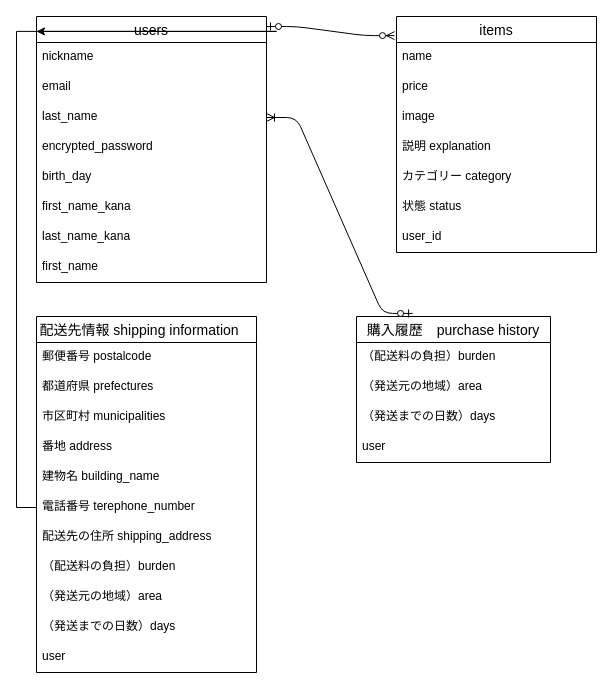
Earlier version of the draw.io diagram app/views/test.dio (taiga0529/furima-36891). Source tidied: cells renumbered, new cells numbered last; positions are measured from the earlier drawing's top-left corner, leaving out a move shared by most shapes. Both pictures are drawn from the tidied source at 100%, with x=0, y=0 at pixel (36, 16).
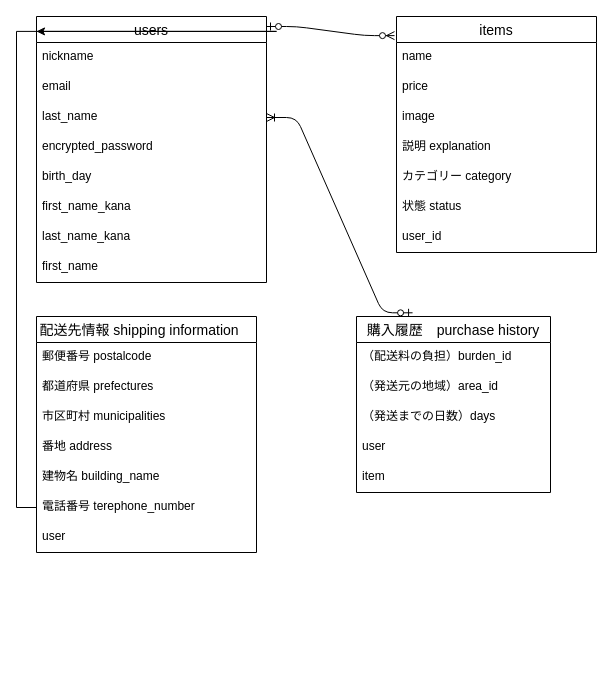
Above is the later version.

Commit message (it also covers changes not shown here):
データベース設計　指摘に対しての修正２

The edit, as a diff of the source:
```diff
@@
     <mxCell id="19" value="配送先情報 shipping information　" style="swimlane;fontStyle=0;horizontal=1;startSize=26;align=center;fontSize=14;" parent="1" vertex="1">
-      <mxGeometry y="300" width="220" height="356" as="geometry" />
+      <mxGeometry y="300" width="220" height="236" as="geometry" />
     </mxCell>
@@
-    <mxCell id="26" value="配送先の住所 shipping_address" style="text;strokeColor=none;fillColor=none;spacingLeft=4;spacingRight=4;overflow=hidden;fontSize=12;" parent="19" vertex="1">
-      <mxGeometry y="206" width="220" height="30" as="geometry" />
-    </mxCell>
-    <mxCell id="27" value="（配送料の負担）burden" style="text;strokeColor=none;fillColor=none;spacingLeft=4;spacingRight=4;overflow=hidden;fontSize=12;" parent="19" vertex="1">
-      <mxGeometry y="236" width="220" height="30" as="geometry" />
-    </mxCell>
-    <mxCell id="28" value="（発送元の地域）area" style="text;strokeColor=none;fillColor=none;spacingLeft=4;spacingRight=4;overflow=hidden;fontSize=12;" parent="19" vertex="1">
-      <mxGeometry y="266" width="220" height="30" as="geometry" />
-    </mxCell>
-    <mxCell id="29" value="（発送までの日数）days" style="text;strokeColor=none;fillColor=none;spacingLeft=4;spacingRight=4;overflow=hidden;fontSize=12;" parent="19" vertex="1">
-      <mxGeometry y="296" width="220" height="30" as="geometry" />
-    </mxCell>
     <mxCell id="30" value="user" style="text;strokeColor=none;fillColor=none;spacingLeft=4;spacingRight=4;overflow=hidden;fontSize=12;" parent="19" vertex="1">
-      <mxGeometry y="326" width="220" height="30" as="geometry" />
+      <mxGeometry y="206" width="220" height="30" as="geometry" />
     </mxCell>
@@
     <mxCell id="33" value="購入履歴　purchase history" style="swimlane;fontStyle=0;horizontal=1;startSize=26;align=center;fontSize=14;" parent="1" vertex="1">
-      <mxGeometry x="320" y="300" width="194" height="146" as="geometry" />
+      <mxGeometry x="320" y="300" width="194" height="176" as="geometry" />
     </mxCell>
-    <mxCell id="34" value="（配送料の負担）burden" style="text;strokeColor=none;fillColor=none;spacingLeft=4;spacingRight=4;overflow=hidden;fontSize=12;" parent="33" vertex="1">
+    <mxCell id="34" value="（配送料の負担）burden_id" style="text;strokeColor=none;fillColor=none;spacingLeft=4;spacingRight=4;overflow=hidden;fontSize=12;" parent="33" vertex="1">
       <mxGeometry y="26" width="194" height="30" as="geometry" />
     </mxCell>
-    <mxCell id="35" value="（発送元の地域）area" style="text;strokeColor=none;fillColor=none;spacingLeft=4;spacingRight=4;overflow=hidden;fontSize=12;" parent="33" vertex="1">
+    <mxCell id="35" value="（発送元の地域）area_id" style="text;strokeColor=none;fillColor=none;spacingLeft=4;spacingRight=4;overflow=hidden;fontSize=12;" parent="33" vertex="1">
       <mxGeometry y="56" width="194" height="30" as="geometry" />
     </mxCell>
@@
+    <mxCell id="39" value="item" style="text;strokeColor=none;fillColor=none;spacingLeft=4;spacingRight=4;overflow=hidden;fontSize=12;" parent="33" vertex="1">
+      <mxGeometry y="146" width="194" height="30" as="geometry" />
+    </mxCell>
```
